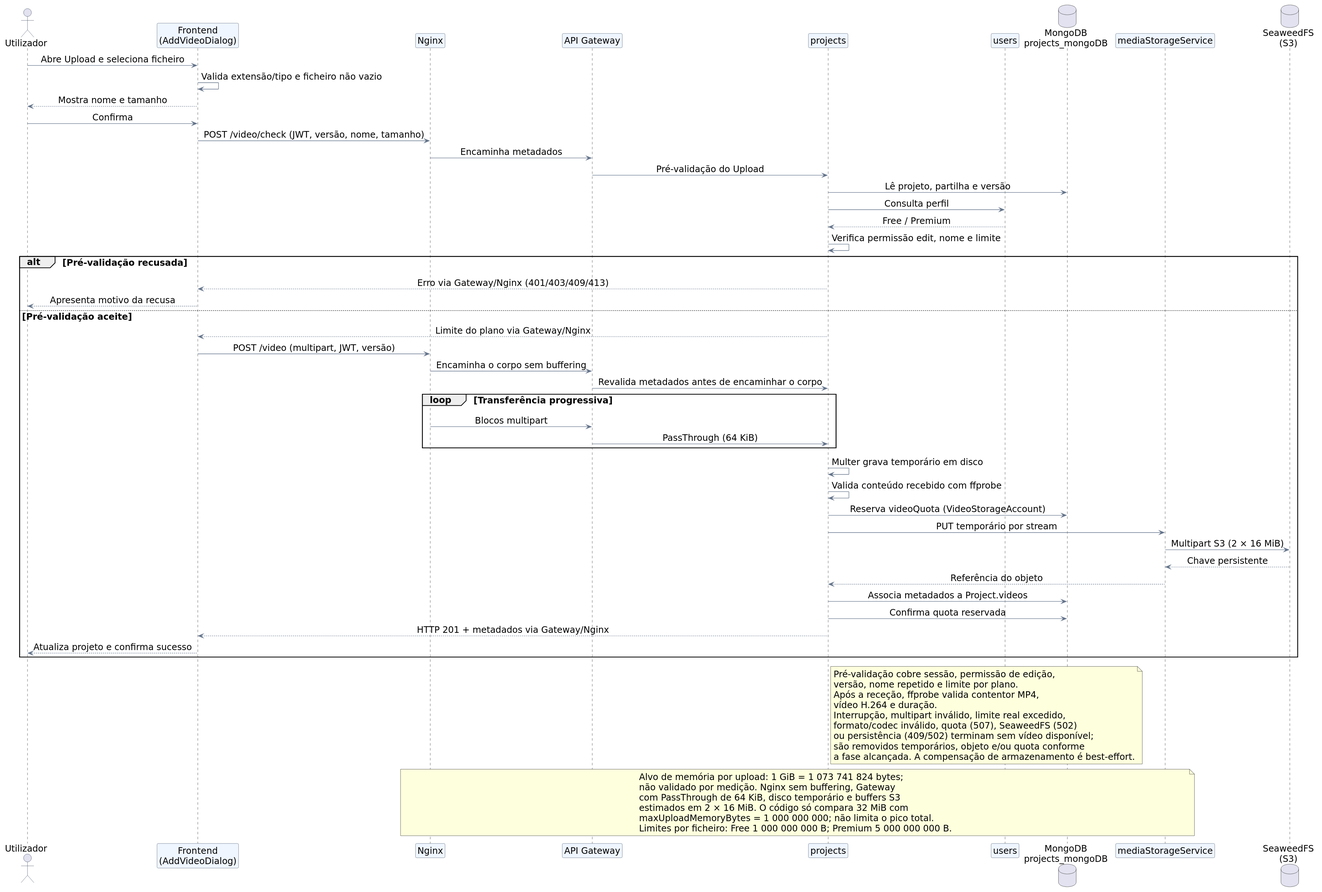
simaoaraujo27/picturas-27 keeps this PlantUML diagram as fase1/report/images/picturas_sequencia_upload.svg. Above is the earlier version. The source it was exported from:
```plantuml
@startuml
!pragma layout smetana
skinparam backgroundColor #FFFFFF
skinparam shadowing false
skinparam defaultFontName DejaVu Sans
skinparam defaultFontSize 18
skinparam sequenceMessageAlign center
skinparam responseMessageBelowArrow true
skinparam sequenceParticipantFontSize 18
skinparam sequenceMessageFontSize 17
skinparam sequenceReferenceFontSize 16
skinparam ParticipantBorderColor #475569
skinparam ParticipantBackgroundColor #EFF6FF
skinparam ActorBorderColor #334155
skinparam ArrowColor #64748B
skinparam BoxBorderColor #94A3B8
skinparam BoxBackgroundColor #F8FAFC

<style>
participant {
  Padding 4
}
</style>

actor Utilizador as U
participant "Frontend\n(AddVideoDialog)" as FE
participant Nginx as N
participant "API Gateway" as GW
participant "projects" as P
participant "users" as Us
database "MongoDB\nprojects_mongoDB" as DB
participant "mediaStorageService" as MS
database "SeaweedFS\n(S3)" as S3

U -> FE : Abre Upload e seleciona ficheiro
FE -> FE : Valida extensão/tipo e ficheiro não vazio
FE --> U : Mostra nome e tamanho
U -> FE : Confirma
FE -> N : POST /video/check (JWT, versão, nome, tamanho)
N -> GW : Encaminha metadados
GW -> P : Pré-validação do Upload
P -> DB : Lê projeto, partilha e versão
P -> Us : Consulta perfil
Us --> P : Free / Premium
P -> P : Verifica permissão edit, nome e limite
alt Pré-validação recusada
  P --> FE : Erro via Gateway/Nginx (401/403/409/413)
  FE --> U : Apresenta motivo da recusa
else Pré-validação aceite
  P --> FE : Limite do plano via Gateway/Nginx
  FE -> N : POST /video (multipart, JWT, versão)
  N -> GW : Encaminha o corpo sem buffering
  GW -> P : Revalida metadados antes de encaminhar o corpo
  loop Transferência progressiva
    N -> GW : Blocos multipart
    GW -> P : PassThrough (64 KiB)
  end
  P -> P : Multer grava temporário em disco
  P -> P : Valida conteúdo recebido com ffprobe
  P -> DB : Reserva videoQuota (VideoStorageAccount)
  P -> MS : PUT temporário por stream
  MS -> S3 : Multipart S3 (2 × 16 MiB)
  S3 --> MS : Chave persistente
  MS --> P : Referência do objeto
  P -> DB : Associa metadados a Project.videos
  P -> DB : Confirma quota reservada
  P --> FE : HTTP 201 + metadados via Gateway/Nginx
  FE --> U : Atualiza projeto e confirma sucesso
end

note right of P
  Pré-validação cobre sessão, permissão de edição,
  versão, nome repetido e limite por plano.
  Após a receção, ffprobe valida contentor MP4,
  vídeo H.264 e duração.
  Interrupção, multipart inválido, limite real excedido,
  formato/codec inválido, quota (507), SeaweedFS (502)
  ou persistência (409/502) terminam sem vídeo disponível;
  são removidos temporários, objeto e/ou quota conforme
  a fase alcançada. A compensação de armazenamento é best-effort.
end note

note over N,MS
  Alvo de memória por upload: 1 GiB = 1 073 741 824 bytes;
  não validado por medição. Nginx sem buffering, Gateway
  com PassThrough de 64 KiB, disco temporário e buffers S3
  estimados em 2 × 16 MiB. O código só compara 32 MiB com
  maxUploadMemoryBytes = 1 000 000 000; não limita o pico total.
  Limites por ficheiro: Free 1 000 000 000 B; Premium 5 000 000 000 B.
end note
@enduml
```
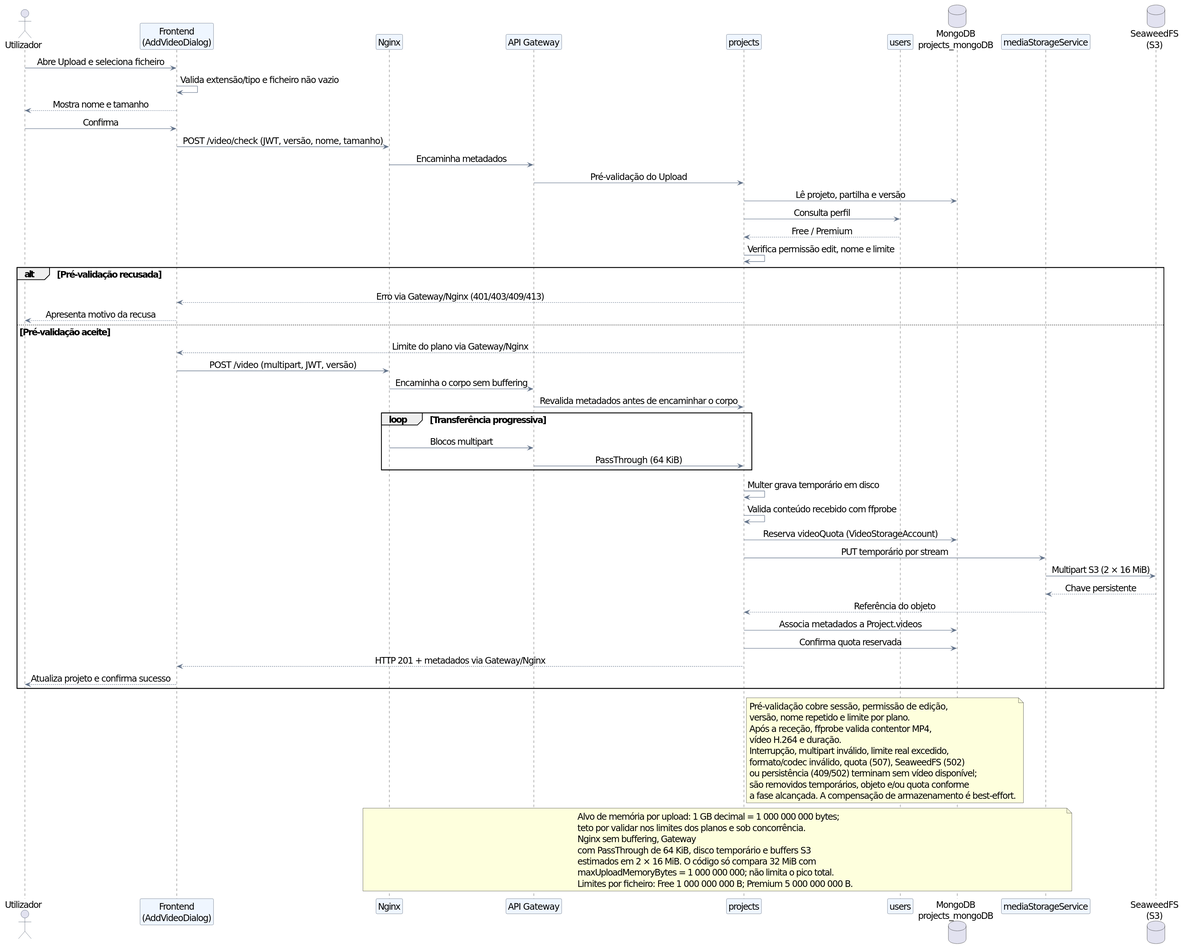
The same diagram one commit later.

Diff of the diagram source:
```diff
@@ -81,8 +81,9 @@
 end note
 
 note over N,MS
-  Alvo de memória por upload: 1 GiB = 1 073 741 824 bytes;
-  não validado por medição. Nginx sem buffering, Gateway
+  Alvo de memória por upload: 1 GB decimal = 1 000 000 000 bytes;
+  teto por validar nos limites dos planos e sob concorrência.
+  Nginx sem buffering, Gateway
   com PassThrough de 64 KiB, disco temporário e buffers S3
   estimados em 2 × 16 MiB. O código só compara 32 MiB com
   maxUploadMemoryBytes = 1 000 000 000; não limita o pico total.
```
